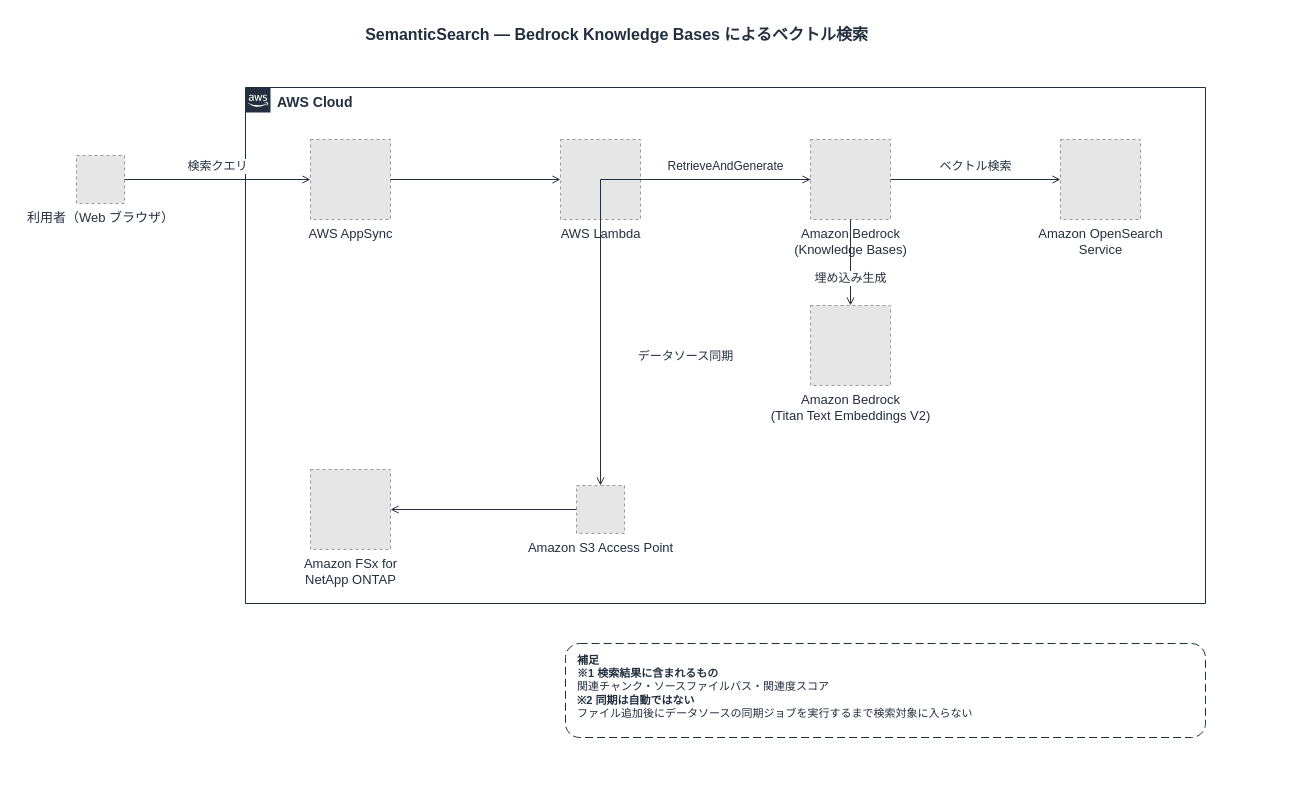
This is docs/diagrams/part3-semantic-search.drawio from Yoshiki0705/FSx-for-ONTAP-S3AccessPoints-Serverless-Patterns, a draw.io file, before an edit. Source tidied: cells renumbered, new cells numbered last; positions are measured from the earlier drawing's top-left corner, leaving out a move shared by most shapes. Both pictures are drawn from the tidied source at 100%, with x=0, y=0 at pixel (27, 17). Pictures stored in the file or linked from it are replaced by grey dashed boxes.
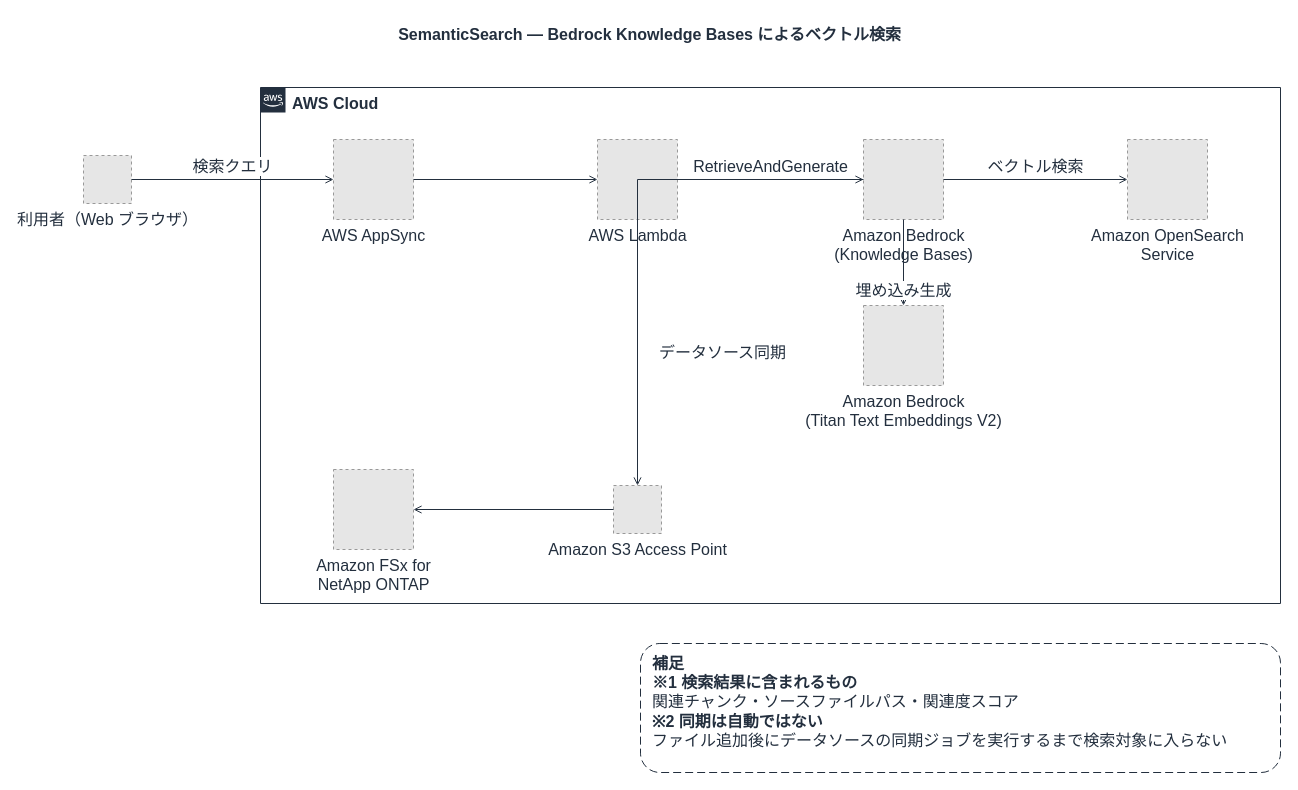
The same page after the edit.

What changed in the source:
```diff
@@
     <mxCell id="2" value="SemanticSearch — Bedrock Knowledge Bases によるベクトル検索" style="text;html=1;align=center;verticalAlign=middle;fontSize=16;fontStyle=1;fontColor=#232F3E;" parent="1" vertex="1">
-      <mxGeometry width="1178" height="34" as="geometry" />
+      <mxGeometry x="-9" width="1262" height="34" as="geometry" />
     </mxCell>
-    <mxCell id="3" value="AWS Cloud" style="gradientColor=none;html=1;whiteSpace=wrap;fontSize=14;fontStyle=1;shape=mxgraph.aws4.group;grIcon=mxgraph.aws4.group_aws_cloud_alt;strokeColor=#232F3E;fillColor=none;verticalAlign=top;align=left;spacingLeft=30;fontColor=#232F3E;dashed=0;" parent="1" vertex="1">
-      <mxGeometry x="218" y="70" width="960" height="516" as="geometry" />
+    <mxCell id="3" value="AWS Cloud" style="gradientColor=none;html=1;whiteSpace=wrap;fontSize=16;fontStyle=1;shape=mxgraph.aws4.group;grIcon=mxgraph.aws4.group_aws_cloud_alt;strokeColor=#232F3E;fillColor=none;verticalAlign=top;align=left;spacingLeft=30;fontColor=#232F3E;dashed=0;" parent="1" vertex="1">
+      <mxGeometry x="233" y="70" width="1020" height="516" as="geometry" />
     </mxCell>
-    <mxCell id="4" value="利用者（Web ブラウザ）" style="fillColor=#E6E6E6;strokeColor=#999999;dashed=1;html=1;verticalLabelPosition=bottom;verticalAlign=top;labelPosition=center;align=center;fontSize=13;fontColor=#232F3E;" parent="1" vertex="1">
-      <mxGeometry x="49" y="138" width="48" height="48" as="geometry" />
+    <mxCell id="4" value="利用者（Web ブラウザ）" style="fillColor=#E6E6E6;strokeColor=#999999;dashed=1;html=1;verticalLabelPosition=bottom;verticalAlign=top;labelPosition=center;align=center;fontSize=16;fontColor=#232F3E;" parent="1" vertex="1">
+      <mxGeometry x="56" y="138" width="48" height="48" as="geometry" />
     </mxCell>
-    <mxCell id="5" value="AWS AppSync" style="fillColor=#E6E6E6;strokeColor=#999999;dashed=1;html=1;verticalLabelPosition=bottom;verticalAlign=top;labelPosition=center;align=center;fontSize=13;fontColor=#232F3E;" parent="1" vertex="1">
-      <mxGeometry x="283" y="122" width="80" height="80" as="geometry" />
+    <mxCell id="5" value="AWS AppSync" style="fillColor=#E6E6E6;strokeColor=#999999;dashed=1;html=1;verticalLabelPosition=bottom;verticalAlign=top;labelPosition=center;align=center;fontSize=16;fontColor=#232F3E;" parent="1" vertex="1">
+      <mxGeometry x="306" y="122" width="80" height="80" as="geometry" />
     </mxCell>
-    <mxCell id="6" value="AWS Lambda" style="fillColor=#E6E6E6;strokeColor=#999999;dashed=1;html=1;verticalLabelPosition=bottom;verticalAlign=top;labelPosition=center;align=center;fontSize=13;fontColor=#232F3E;" parent="1" vertex="1">
-      <mxGeometry x="533" y="122" width="80" height="80" as="geometry" />
+    <mxCell id="6" value="AWS Lambda" style="fillColor=#E6E6E6;strokeColor=#999999;dashed=1;html=1;verticalLabelPosition=bottom;verticalAlign=top;labelPosition=center;align=center;fontSize=16;fontColor=#232F3E;" parent="1" vertex="1">
+      <mxGeometry x="570" y="122" width="80" height="80" as="geometry" />
     </mxCell>
-    <mxCell id="7" value="Amazon Bedrock&lt;br&gt;(Knowledge Bases)" style="fillColor=#E6E6E6;strokeColor=#999999;dashed=1;html=1;verticalLabelPosition=bottom;verticalAlign=top;labelPosition=center;align=center;fontSize=13;fontColor=#232F3E;" parent="1" vertex="1">
-      <mxGeometry x="783" y="122" width="80" height="80" as="geometry" />
+    <mxCell id="7" value="Amazon Bedrock&lt;br&gt;(Knowledge Bases)" style="fillColor=#E6E6E6;strokeColor=#999999;dashed=1;html=1;verticalLabelPosition=bottom;verticalAlign=top;labelPosition=center;align=center;fontSize=16;fontColor=#232F3E;" parent="1" vertex="1">
+      <mxGeometry x="836" y="122" width="80" height="80" as="geometry" />
     </mxCell>
-    <mxCell id="8" value="Amazon OpenSearch&lt;br&gt;Service" style="fillColor=#E6E6E6;strokeColor=#999999;dashed=1;html=1;verticalLabelPosition=bottom;verticalAlign=top;labelPosition=center;align=center;fontSize=13;fontColor=#232F3E;" parent="1" vertex="1">
-      <mxGeometry x="1033" y="122" width="80" height="80" as="geometry" />
+    <mxCell id="8" value="Amazon OpenSearch&lt;br&gt;Service" style="fillColor=#E6E6E6;strokeColor=#999999;dashed=1;html=1;verticalLabelPosition=bottom;verticalAlign=top;labelPosition=center;align=center;fontSize=16;fontColor=#232F3E;" parent="1" vertex="1">
+      <mxGeometry x="1100" y="122" width="80" height="80" as="geometry" />
     </mxCell>
-    <mxCell id="9" value="Amazon Bedrock&lt;br&gt;(Titan Text Embeddings V2)" style="fillColor=#E6E6E6;strokeColor=#999999;dashed=1;html=1;verticalLabelPosition=bottom;verticalAlign=top;labelPosition=center;align=center;fontSize=13;fontColor=#232F3E;" parent="1" vertex="1">
-      <mxGeometry x="783" y="288" width="80" height="80" as="geometry" />
+    <mxCell id="9" value="Amazon Bedrock&lt;br&gt;(Titan Text Embeddings V2)" style="fillColor=#E6E6E6;strokeColor=#999999;dashed=1;html=1;verticalLabelPosition=bottom;verticalAlign=top;labelPosition=center;align=center;fontSize=16;fontColor=#232F3E;" parent="1" vertex="1">
+      <mxGeometry x="836" y="288" width="80" height="80" as="geometry" />
     </mxCell>
-    <mxCell id="10" value="Amazon S3 Access Point" style="fillColor=#E6E6E6;strokeColor=#999999;dashed=1;html=1;verticalLabelPosition=bottom;verticalAlign=top;labelPosition=center;align=center;fontSize=13;fontColor=#232F3E;" parent="1" vertex="1">
-      <mxGeometry x="549" y="468" width="48" height="48" as="geometry" />
+    <mxCell id="10" value="Amazon S3 Access Point" style="fillColor=#E6E6E6;strokeColor=#999999;dashed=1;html=1;verticalLabelPosition=bottom;verticalAlign=top;labelPosition=center;align=center;fontSize=16;fontColor=#232F3E;" parent="1" vertex="1">
+      <mxGeometry x="586" y="468" width="48" height="48" as="geometry" />
     </mxCell>
-    <mxCell id="11" value="Amazon FSx for&lt;br&gt;NetApp ONTAP" style="fillColor=#E6E6E6;strokeColor=#999999;dashed=1;html=1;verticalLabelPosition=bottom;verticalAlign=top;labelPosition=center;align=center;fontSize=13;fontColor=#232F3E;" parent="1" vertex="1">
-      <mxGeometry x="283" y="452" width="80" height="80" as="geometry" />
+    <mxCell id="11" value="Amazon FSx for&lt;br&gt;NetApp ONTAP" style="fillColor=#E6E6E6;strokeColor=#999999;dashed=1;html=1;verticalLabelPosition=bottom;verticalAlign=top;labelPosition=center;align=center;fontSize=16;fontColor=#232F3E;" parent="1" vertex="1">
+      <mxGeometry x="306" y="452" width="80" height="80" as="geometry" />
     </mxCell>
-    <mxCell id="12" value="検索クエリ" style="edgeStyle=orthogonalEdgeStyle;rounded=0;jettySize=auto;html=1;endArrow=open;endFill=0;strokeColor=#232F3E;strokeWidth=1;fontSize=12;fontColor=#232F3E;labelBackgroundColor=#ffffff;" parent="1" edge="1" source="4" target="5">
+    <mxCell id="12" value="検索クエリ" style="edgeStyle=orthogonalEdgeStyle;rounded=0;jettySize=auto;html=1;endArrow=open;endFill=0;strokeColor=#232F3E;strokeWidth=1;fontSize=16;fontColor=#232F3E;labelBackgroundColor=#ffffff;" parent="1" edge="1" source="4" target="5">
       <mxGeometry relative="1" as="geometry">
         <mxPoint y="-13" as="offset" />
       </mxGeometry>
     </mxCell>
-    <mxCell id="13" style="edgeStyle=orthogonalEdgeStyle;rounded=0;jettySize=auto;html=1;endArrow=open;endFill=0;strokeColor=#232F3E;strokeWidth=1;fontSize=12;fontColor=#232F3E;labelBackgroundColor=#ffffff;" parent="1" edge="1" source="5" target="6">
+    <mxCell id="13" style="edgeStyle=orthogonalEdgeStyle;rounded=0;jettySize=auto;html=1;endArrow=open;endFill=0;strokeColor=#232F3E;strokeWidth=1;fontSize=16;fontColor=#232F3E;labelBackgroundColor=#ffffff;" parent="1" edge="1" source="5" target="6">
       <mxGeometry relative="1" as="geometry" />
     </mxCell>
-    <mxCell id="14" value="RetrieveAndGenerate" style="edgeStyle=orthogonalEdgeStyle;rounded=0;jettySize=auto;html=1;endArrow=open;endFill=0;strokeColor=#232F3E;strokeWidth=1;fontSize=12;fontColor=#232F3E;labelBackgroundColor=#ffffff;" parent="1" edge="1" source="6" target="7">
+    <mxCell id="14" value="RetrieveAndGenerate" style="edgeStyle=orthogonalEdgeStyle;rounded=0;jettySize=auto;html=1;endArrow=open;endFill=0;strokeColor=#232F3E;strokeWidth=1;fontSize=16;fontColor=#232F3E;labelBackgroundColor=#ffffff;" parent="1" edge="1" source="6" target="7">
       <mxGeometry relative="1" as="geometry">
         <mxPoint y="-13" as="offset" />
       </mxGeometry>
     </mxCell>
-    <mxCell id="15" value="ベクトル検索" style="edgeStyle=orthogonalEdgeStyle;rounded=0;jettySize=auto;html=1;endArrow=open;endFill=0;strokeColor=#232F3E;strokeWidth=1;fontSize=12;fontColor=#232F3E;labelBackgroundColor=#ffffff;" parent="1" edge="1" source="7" target="8">
+    <mxCell id="15" value="ベクトル検索" style="edgeStyle=orthogonalEdgeStyle;rounded=0;jettySize=auto;html=1;endArrow=open;endFill=0;strokeColor=#232F3E;strokeWidth=1;fontSize=16;fontColor=#232F3E;labelBackgroundColor=#ffffff;" parent="1" edge="1" source="7" target="8">
       <mxGeometry relative="1" as="geometry">
         <mxPoint y="-13" as="offset" />
       </mxGeometry>
     </mxCell>
-    <mxCell id="16" value="埋め込み生成" style="edgeStyle=orthogonalEdgeStyle;rounded=0;jettySize=auto;html=1;endArrow=open;endFill=0;strokeColor=#232F3E;strokeWidth=1;fontSize=12;fontColor=#232F3E;labelBackgroundColor=#ffffff;" parent="1" edge="1" source="7" target="9">
+    <mxCell id="16" value="埋め込み生成" style="edgeStyle=orthogonalEdgeStyle;rounded=0;jettySize=auto;html=1;endArrow=open;endFill=0;strokeColor=#232F3E;strokeWidth=1;fontSize=16;fontColor=#232F3E;labelBackgroundColor=#ffffff;" parent="1" edge="1" source="7" target="9">
       <mxGeometry relative="1" as="geometry">
-        <mxPoint y="16" as="offset" />
+        <mxPoint y="28" as="offset" />
       </mxGeometry>
     </mxCell>
-    <mxCell id="17" value="データソース同期" style="edgeStyle=orthogonalEdgeStyle;rounded=0;jettySize=auto;html=1;endArrow=open;endFill=0;strokeColor=#232F3E;strokeWidth=1;fontSize=12;fontColor=#232F3E;labelBackgroundColor=#ffffff;" parent="1" edge="1" source="7" target="10">
+    <mxCell id="17" value="データソース同期" style="edgeStyle=orthogonalEdgeStyle;rounded=0;jettySize=auto;html=1;endArrow=open;endFill=0;strokeColor=#232F3E;strokeWidth=1;fontSize=16;fontColor=#232F3E;labelBackgroundColor=#ffffff;" parent="1" edge="1" source="7" target="10">
       <mxGeometry x="0.5" relative="1" as="geometry">
         <mxPoint x="85" as="offset" />
       </mxGeometry>
     </mxCell>
-    <mxCell id="18" style="edgeStyle=orthogonalEdgeStyle;rounded=0;jettySize=auto;html=1;endArrow=open;endFill=0;strokeColor=#232F3E;strokeWidth=1;fontSize=12;fontColor=#232F3E;labelBackgroundColor=#ffffff;" parent="1" edge="1" source="10" target="11">
+    <mxCell id="18" style="edgeStyle=orthogonalEdgeStyle;rounded=0;jettySize=auto;html=1;endArrow=open;endFill=0;strokeColor=#232F3E;strokeWidth=1;fontSize=16;fontColor=#232F3E;labelBackgroundColor=#ffffff;" parent="1" edge="1" source="10" target="11">
       <mxGeometry relative="1" as="geometry" />
     </mxCell>
-    <mxCell id="19" value="&lt;b&gt;補足&lt;/b&gt;&lt;br&gt;&lt;b&gt;※1 検索結果に含まれるもの&lt;/b&gt;&lt;br&gt;関連チャンク・ソースファイルパス・関連度スコア&lt;br&gt;&lt;b&gt;※2 同期は自動ではない&lt;/b&gt;&lt;br&gt;ファイル追加後にデータソースの同期ジョブを実行するまで検索対象に入らない" style="rounded=1;whiteSpace=wrap;html=1;dashed=1;dashPattern=8 4;strokeColor=#232F3E;fillColor=#FFFFFF;align=left;verticalAlign=top;spacingLeft=10;spacingTop=4;fontSize=11;fontColor=#232F3E;" parent="1" vertex="1">
-      <mxGeometry x="538" y="626" width="640" height="94" as="geometry" />
+    <mxCell id="19" value="&lt;b&gt;補足&lt;/b&gt;&lt;br&gt;&lt;b&gt;※1 検索結果に含まれるもの&lt;/b&gt;&lt;br&gt;関連チャンク・ソースファイルパス・関連度スコア&lt;br&gt;&lt;b&gt;※2 同期は自動ではない&lt;/b&gt;&lt;br&gt;ファイル追加後にデータソースの同期ジョブを実行するまで検索対象に入らない" style="rounded=1;whiteSpace=wrap;html=1;dashed=1;dashPattern=8 4;strokeColor=#232F3E;fillColor=#FFFFFF;align=left;verticalAlign=top;spacingLeft=10;spacingTop=4;fontSize=16;fontColor=#232F3E;" parent="1" vertex="1">
+      <mxGeometry x="613" y="626" width="640" height="129" as="geometry" />
     </mxCell>
```
